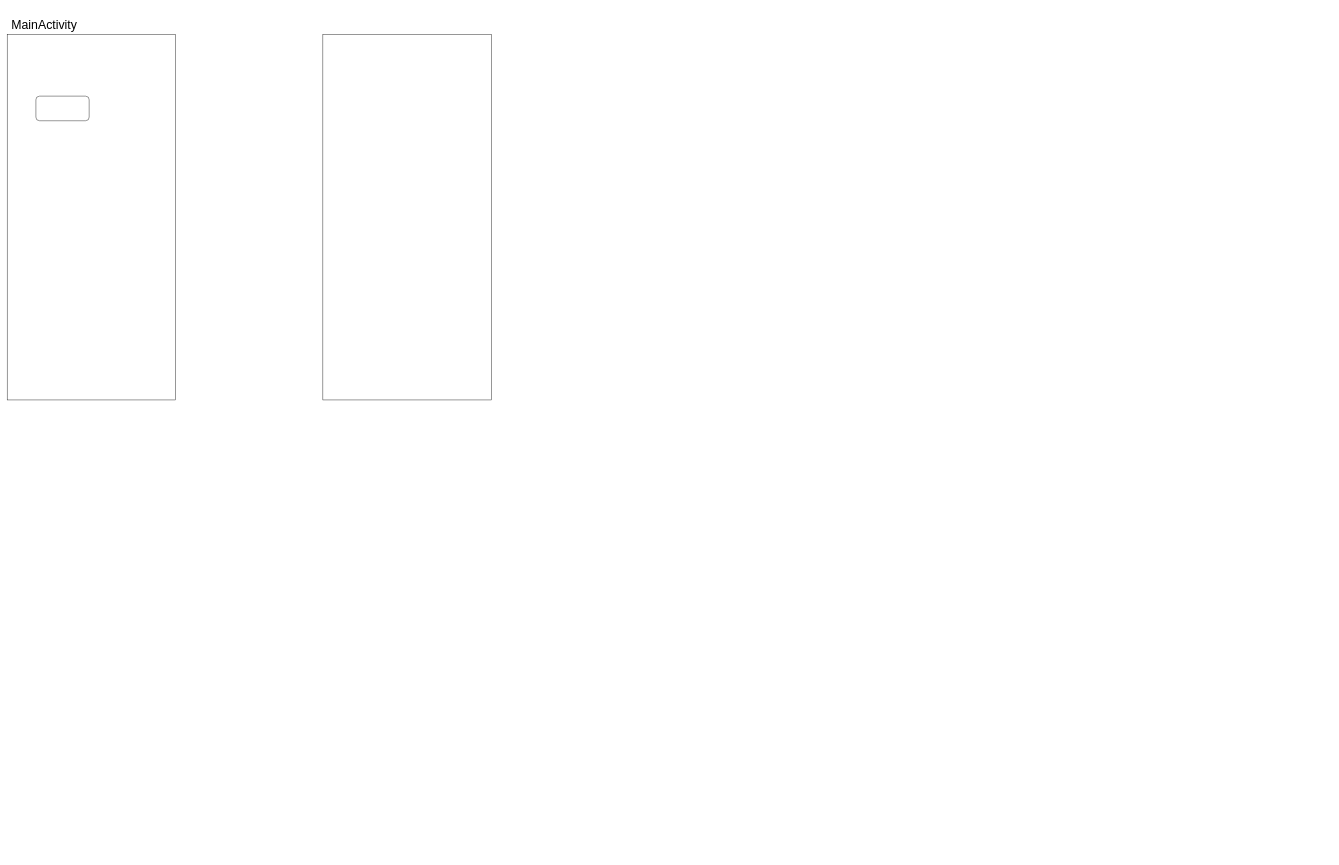
Above: appDesign/activityDesign.drawio in Andrei144/stegano (draw.io), before the change. Source tidied: cells renumbered, new cells numbered last; positions are measured from the earlier drawing's top-left corner, leaving out a move shared by most shapes. Both pictures are drawn from the tidied source at 41%, with x=0, y=0 at pixel (7, 14).
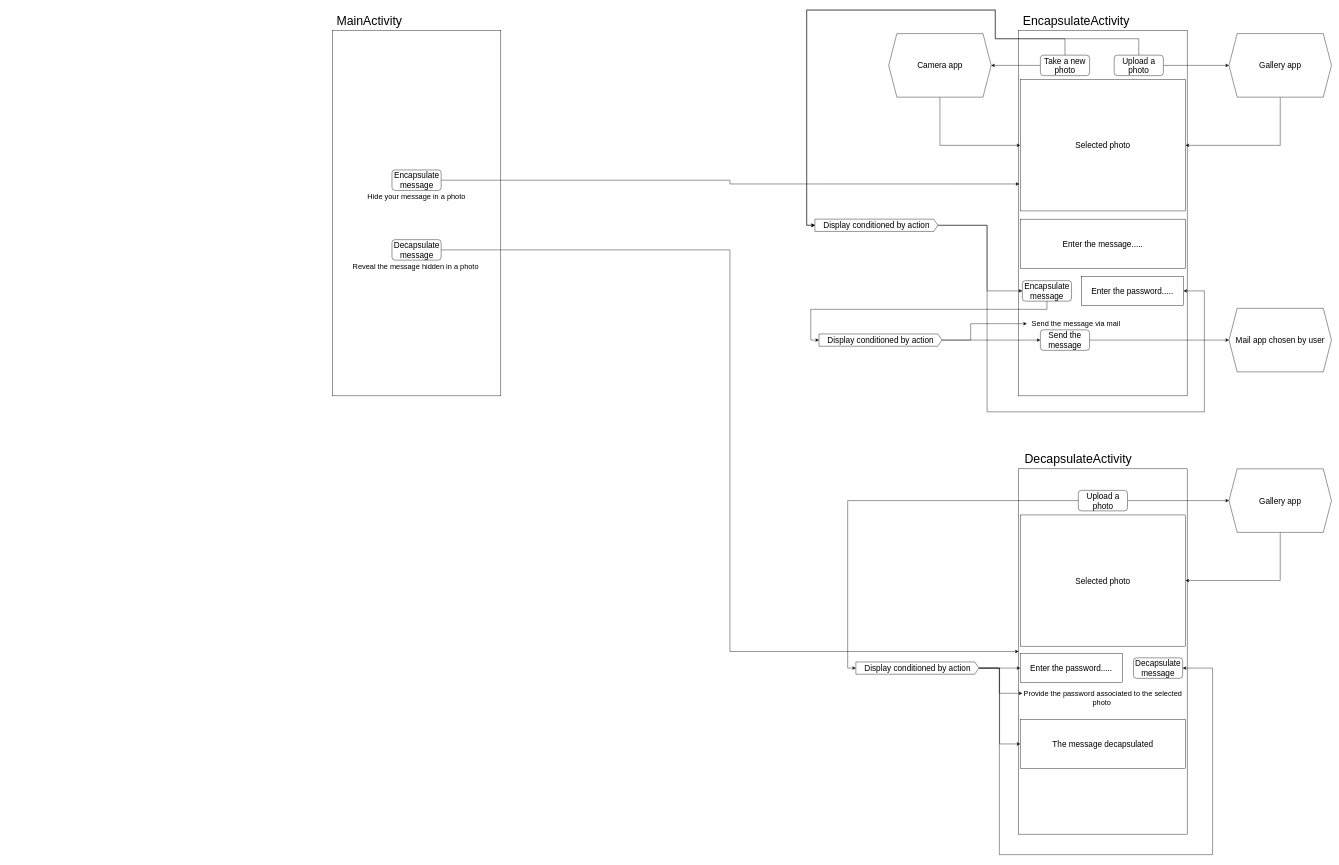
Above is the later version.

Commit message (it also covers changes not shown here):
Create the app design.

The edit, as a diff of the source:
```diff
@@
     <mxCell id="2" style="rounded=0;whiteSpace=wrap;html=1;" parent="1" vertex="1">
-      <mxGeometry y="50" width="411" height="891" as="geometry" />
+      <mxGeometry x="793" y="40" width="411" height="891" as="geometry" />
     </mxCell>
     <mxCell id="3" style="rounded=0;whiteSpace=wrap;html=1;" parent="1" vertex="1">
-      <mxGeometry x="770" y="50" width="411" height="891" as="geometry" />
+      <mxGeometry x="2467" y="40" width="411" height="891" as="geometry" />
     </mxCell>
     <mxCell id="4" value="MainActivity" style="text;html=1;align=center;verticalAlign=middle;strokeColor=none;fillColor=none;fontSize=30;" parent="1" vertex="1">
-      <mxGeometry width="180" height="50" as="geometry" />
+      <mxGeometry x="793" y="-10" width="180" height="50" as="geometry" />
     </mxCell>
-    <mxCell id="5" style="rounded=1;whiteSpace=wrap;html=1;" parent="1" vertex="1">
-      <mxGeometry x="70" y="200" width="130" height="60" as="geometry" />
+    <mxCell id="5" value="&lt;font style=&quot;font-size: 20px;&quot;&gt;Encapsulate message&lt;/font&gt;" style="rounded=1;whiteSpace=wrap;html=1;" parent="1" vertex="1">
+      <mxGeometry x="938.5" y="380" width="120" height="50" as="geometry" />
     </mxCell>
+    <mxCell id="6" style="edgeStyle=orthogonalEdgeStyle;rounded=0;jettySize=auto;html=1;entryX=0;entryY=0.5;entryDx=0;entryDy=0;" parent="1" edge="1" source="7" target="25">
+      <mxGeometry relative="1" as="geometry" />
+    </mxCell>
+    <mxCell id="7" value="&lt;font style=&quot;font-size: 20px;&quot;&gt;Decapsulate message&lt;/font&gt;" style="rounded=1;whiteSpace=wrap;html=1;" parent="1" vertex="1">
+      <mxGeometry x="938.5" y="550" width="120" height="50" as="geometry" />
+    </mxCell>
+    <mxCell id="8" value="&lt;font style=&quot;font-size: 18px;&quot;&gt;Hide your message in a photo&lt;/font&gt;" style="text;html=1;align=center;verticalAlign=middle;whiteSpace=wrap;rounded=0;" parent="1" vertex="1">
+      <mxGeometry x="869" y="430" width="259" height="30" as="geometry" />
+    </mxCell>
+    <mxCell id="9" value="Reveal the message hidden in a photo&amp;nbsp;" style="text;html=1;align=center;verticalAlign=middle;whiteSpace=wrap;rounded=0;fontSize=18;" parent="1" vertex="1">
+      <mxGeometry x="840.5" y="600" width="316" height="30" as="geometry" />
+    </mxCell>
+    <mxCell id="10" style="edgeStyle=orthogonalEdgeStyle;rounded=0;jettySize=auto;html=1;entryX=0.004;entryY=0.42;entryDx=0;entryDy=0;entryPerimeter=0;" parent="1" edge="1" source="5" target="3">
+      <mxGeometry relative="1" as="geometry" />
+    </mxCell>
+    <mxCell id="11" value="EncapsulateActivity" style="text;html=1;align=center;verticalAlign=middle;strokeColor=none;fillColor=none;fontSize=30;" parent="1" vertex="1">
+      <mxGeometry x="2467" y="-10" width="280" height="50" as="geometry" />
+    </mxCell>
+    <mxCell id="12" style="edgeStyle=orthogonalEdgeStyle;rounded=0;jettySize=auto;html=1;" parent="1" edge="1" source="13" target="33">
+      <mxGeometry relative="1" as="geometry" />
+    </mxCell>
+    <mxCell id="13" value="&lt;font style=&quot;font-size: 20px;&quot;&gt;Take a new photo&lt;/font&gt;" style="rounded=1;whiteSpace=wrap;html=1;fontSize=12;" parent="1" vertex="1">
+      <mxGeometry x="2520" y="100" width="120" height="50" as="geometry" />
+    </mxCell>
+    <mxCell id="14" style="edgeStyle=orthogonalEdgeStyle;rounded=0;jettySize=auto;html=1;entryX=0;entryY=0.5;entryDx=0;entryDy=0;" parent="1" edge="1" source="15" target="24">
+      <mxGeometry relative="1" as="geometry" />
+    </mxCell>
+    <mxCell id="15" value="&lt;font style=&quot;font-size: 20px;&quot;&gt;Upload a photo&lt;/font&gt;" style="rounded=1;whiteSpace=wrap;html=1;" parent="1" vertex="1">
+      <mxGeometry x="2700" y="100" width="120" height="50" as="geometry" />
+    </mxCell>
+    <mxCell id="16" value="&lt;font style=&quot;font-size: 20px;&quot;&gt;Selected photo&lt;/font&gt;" style="rounded=0;whiteSpace=wrap;html=1;" parent="1" vertex="1">
+      <mxGeometry x="2471" y="160" width="403" height="320" as="geometry" />
+    </mxCell>
+    <mxCell id="17" value="&lt;font style=&quot;font-size: 20px;&quot;&gt;Enter the message.....&lt;/font&gt;" style="rounded=0;whiteSpace=wrap;html=1;" parent="1" vertex="1">
+      <mxGeometry x="2471" y="500" width="403" height="120" as="geometry" />
+    </mxCell>
+    <mxCell id="18" value="Encapsulate message" style="rounded=1;whiteSpace=wrap;html=1;fontSize=20;" parent="1" vertex="1">
+      <mxGeometry x="2476" y="650" width="120" height="50" as="geometry" />
+    </mxCell>
+    <mxCell id="19" style="edgeStyle=orthogonalEdgeStyle;rounded=0;jettySize=auto;html=1;entryX=0;entryY=0.5;entryDx=0;entryDy=0;" parent="1" edge="1" source="20" target="22">
+      <mxGeometry relative="1" as="geometry" />
+    </mxCell>
+    <mxCell id="20" value="Send the message" style="rounded=1;whiteSpace=wrap;html=1;fontSize=20;" parent="1" vertex="1">
+      <mxGeometry x="2520" y="770" width="120" height="50" as="geometry" />
+    </mxCell>
+    <mxCell id="21" value="Send the message via mail" style="text;html=1;align=center;verticalAlign=middle;whiteSpace=wrap;rounded=0;fontSize=18;" parent="1" vertex="1">
+      <mxGeometry x="2487" y="740" width="240" height="30" as="geometry" />
+    </mxCell>
+    <mxCell id="22" value="&lt;font style=&quot;font-size: 20px;&quot;&gt;Mail app chosen by user&lt;/font&gt;" style="shape=hexagon;perimeter=hexagonPerimeter2;whiteSpace=wrap;html=1;fixedSize=1;" parent="1" vertex="1">
+      <mxGeometry x="2980" y="717.5" width="250" height="155" as="geometry" />
+    </mxCell>
+    <mxCell id="23" style="edgeStyle=orthogonalEdgeStyle;rounded=0;jettySize=auto;html=1;" parent="1" edge="1" source="24" target="16">
+      <mxGeometry relative="1" as="geometry">
+        <Array as="points">
+          <mxPoint x="3105" y="320" />
+        </Array>
+      </mxGeometry>
+    </mxCell>
+    <mxCell id="24" value="&lt;font style=&quot;font-size: 20px;&quot;&gt;Gallery app&lt;/font&gt;" style="shape=hexagon;perimeter=hexagonPerimeter2;whiteSpace=wrap;html=1;fixedSize=1;" parent="1" vertex="1">
+      <mxGeometry x="2980" y="47.5" width="250" height="155" as="geometry" />
+    </mxCell>
+    <mxCell id="25" style="rounded=0;whiteSpace=wrap;html=1;" parent="1" vertex="1">
+      <mxGeometry x="2467" y="1109" width="411" height="891" as="geometry" />
+    </mxCell>
+    <mxCell id="26" value="DecapsulateActivity" style="text;html=1;align=center;verticalAlign=middle;strokeColor=none;fillColor=none;fontSize=30;" parent="1" vertex="1">
+      <mxGeometry x="2467" y="1059" width="290" height="50" as="geometry" />
+    </mxCell>
+    <mxCell id="27" style="edgeStyle=orthogonalEdgeStyle;rounded=0;jettySize=auto;html=1;entryX=0;entryY=0.5;entryDx=0;entryDy=0;" parent="1" edge="1" source="28" target="31">
+      <mxGeometry relative="1" as="geometry" />
+    </mxCell>
+    <mxCell id="28" value="Upload a photo" style="rounded=1;whiteSpace=wrap;html=1;fontSize=20;" parent="1" vertex="1">
+      <mxGeometry x="2612.5" y="1161.5" width="120" height="50" as="geometry" />
+    </mxCell>
+    <mxCell id="29" value="&lt;font style=&quot;font-size: 20px;&quot;&gt;Selected photo&lt;/font&gt;" style="rounded=0;whiteSpace=wrap;html=1;" parent="1" vertex="1">
+      <mxGeometry x="2471" y="1221.5" width="403" height="320" as="geometry" />
+    </mxCell>
+    <mxCell id="30" style="edgeStyle=orthogonalEdgeStyle;rounded=0;jettySize=auto;html=1;" parent="1" edge="1" source="31" target="29">
+      <mxGeometry relative="1" as="geometry">
+        <Array as="points">
+          <mxPoint x="3105" y="1381.5" />
+        </Array>
+      </mxGeometry>
+    </mxCell>
+    <mxCell id="31" value="Gallery app" style="shape=hexagon;perimeter=hexagonPerimeter2;whiteSpace=wrap;html=1;fixedSize=1;fontSize=20;" parent="1" vertex="1">
+      <mxGeometry x="2980" y="1109" width="250" height="155" as="geometry" />
+    </mxCell>
+    <mxCell id="32" style="edgeStyle=orthogonalEdgeStyle;rounded=0;jettySize=auto;html=1;" parent="1" edge="1" source="33" target="16">
+      <mxGeometry relative="1" as="geometry">
+        <Array as="points">
+          <mxPoint x="2275" y="320" />
+        </Array>
+      </mxGeometry>
+    </mxCell>
+    <mxCell id="33" value="Camera app" style="shape=hexagon;perimeter=hexagonPerimeter2;whiteSpace=wrap;html=1;fixedSize=1;fontSize=20;" parent="1" vertex="1">
+      <mxGeometry x="2150" y="47.5" width="250" height="155" as="geometry" />
+    </mxCell>
+    <mxCell id="34" value="&lt;font style=&quot;font-size: 20px;&quot;&gt;Enter the password.....&lt;/font&gt;" style="rounded=0;whiteSpace=wrap;html=1;" parent="1" vertex="1">
+      <mxGeometry x="2471" y="1560" width="249" height="70" as="geometry" />
+    </mxCell>
+    <mxCell id="35" value="&lt;font style=&quot;font-size: 20px;&quot;&gt;Decapsulate message&lt;/font&gt;" style="rounded=1;whiteSpace=wrap;html=1;" parent="1" vertex="1">
+      <mxGeometry x="2747" y="1570" width="120" height="50" as="geometry" />
+    </mxCell>
+    <mxCell id="36" value="&lt;span style=&quot;font-size: 18px;&quot;&gt;Provide the password associated to the selected photo&amp;nbsp;&lt;/span&gt;" style="text;html=1;align=center;verticalAlign=middle;whiteSpace=wrap;rounded=0;" parent="1" vertex="1">
+      <mxGeometry x="2476" y="1644" width="393" height="50" as="geometry" />
+    </mxCell>
+    <mxCell id="37" value="&lt;span style=&quot;font-size: 20px;&quot;&gt;The message decapsulated&lt;/span&gt;" style="rounded=0;whiteSpace=wrap;html=1;" parent="1" vertex="1">
+      <mxGeometry x="2471" y="1720" width="403" height="120" as="geometry" />
+    </mxCell>
+    <mxCell id="38" style="edgeStyle=orthogonalEdgeStyle;rounded=0;jettySize=auto;html=1;entryX=0;entryY=0.5;entryDx=0;entryDy=0;" parent="1" edge="1" source="40" target="18">
+      <mxGeometry relative="1" as="geometry">
+        <Array as="points">
+          <mxPoint x="2390" y="515" />
+          <mxPoint x="2390" y="675" />
+        </Array>
+      </mxGeometry>
+    </mxCell>
+    <mxCell id="39" style="edgeStyle=orthogonalEdgeStyle;rounded=0;jettySize=auto;html=1;entryX=1;entryY=0.5;entryDx=0;entryDy=0;" parent="1" edge="1" source="40" target="49">
+      <mxGeometry relative="1" as="geometry">
+        <Array as="points">
+          <mxPoint x="2390" y="515" />
+          <mxPoint x="2390" y="970" />
+          <mxPoint x="2920" y="970" />
+          <mxPoint x="2920" y="675" />
+        </Array>
+      </mxGeometry>
+    </mxCell>
+    <mxCell id="40" value="Display conditioned by action" style="html=1;shadow=0;dashed=0;align=center;verticalAlign=middle;shape=mxgraph.arrows2.arrow;dy=0;dx=10;notch=0;fontSize=20;" parent="1" vertex="1">
+      <mxGeometry x="1970" y="500" width="300" height="30" as="geometry" />
+    </mxCell>
+    <mxCell id="41" style="edgeStyle=orthogonalEdgeStyle;rounded=0;jettySize=auto;html=1;entryX=0;entryY=0.5;entryDx=0;entryDy=0;entryPerimeter=0;" parent="1" edge="1" source="13" target="40">
+      <mxGeometry relative="1" as="geometry">
+        <Array as="points">
+          <mxPoint x="2580" y="60" />
+          <mxPoint x="2410" y="60" />
+          <mxPoint x="2410" y="-10" />
+          <mxPoint x="1950" y="-10" />
+          <mxPoint x="1950" y="515" />
+        </Array>
+      </mxGeometry>
+    </mxCell>
+    <mxCell id="42" style="edgeStyle=orthogonalEdgeStyle;rounded=0;jettySize=auto;html=1;entryX=0;entryY=0.5;entryDx=0;entryDy=0;entryPerimeter=0;" parent="1" edge="1" source="15" target="40">
+      <mxGeometry relative="1" as="geometry">
+        <Array as="points">
+          <mxPoint x="2760" y="60" />
+          <mxPoint x="2410" y="60" />
+          <mxPoint x="2410" y="-10" />
+          <mxPoint x="1950" y="-10" />
+          <mxPoint x="1950" y="515" />
+        </Array>
+      </mxGeometry>
+    </mxCell>
+    <mxCell id="43" style="edgeStyle=orthogonalEdgeStyle;rounded=0;jettySize=auto;html=1;" parent="1" edge="1" source="47" target="34">
+      <mxGeometry relative="1" as="geometry" />
+    </mxCell>
+    <mxCell id="44" style="edgeStyle=orthogonalEdgeStyle;rounded=0;jettySize=auto;html=1;entryX=0;entryY=0.25;entryDx=0;entryDy=0;" parent="1" edge="1" source="47" target="36">
+      <mxGeometry relative="1" as="geometry">
+        <Array as="points">
+          <mxPoint x="2420" y="1595" />
+          <mxPoint x="2420" y="1656" />
+        </Array>
+      </mxGeometry>
+    </mxCell>
+    <mxCell id="45" style="edgeStyle=orthogonalEdgeStyle;rounded=0;jettySize=auto;html=1;entryX=0;entryY=0.5;entryDx=0;entryDy=0;" parent="1" edge="1" source="47" target="37">
+      <mxGeometry relative="1" as="geometry" />
+    </mxCell>
+    <mxCell id="46" style="edgeStyle=orthogonalEdgeStyle;rounded=0;jettySize=auto;html=1;" parent="1" edge="1" source="47" target="35">
+      <mxGeometry relative="1" as="geometry">
+        <Array as="points">
+          <mxPoint x="2420" y="1595" />
+          <mxPoint x="2420" y="2050" />
+          <mxPoint x="2940" y="2050" />
+          <mxPoint x="2940" y="1595" />
+        </Array>
+      </mxGeometry>
+    </mxCell>
+    <mxCell id="47" value="Display conditioned by action" style="html=1;shadow=0;dashed=0;align=center;verticalAlign=middle;shape=mxgraph.arrows2.arrow;dy=0;dx=10;notch=0;fontSize=20;" parent="1" vertex="1">
+      <mxGeometry x="2070" y="1580" width="300" height="30" as="geometry" />
+    </mxCell>
+    <mxCell id="48" style="edgeStyle=orthogonalEdgeStyle;rounded=0;jettySize=auto;html=1;entryX=0;entryY=0.5;entryDx=0;entryDy=0;entryPerimeter=0;" parent="1" edge="1" source="28" target="47">
+      <mxGeometry relative="1" as="geometry" />
+    </mxCell>
+    <mxCell id="49" value="&lt;font style=&quot;font-size: 20px;&quot;&gt;Enter the password.....&lt;/font&gt;" style="rounded=0;whiteSpace=wrap;html=1;" parent="1" vertex="1">
+      <mxGeometry x="2620" y="640" width="249" height="70" as="geometry" />
+    </mxCell>
+    <mxCell id="50" style="edgeStyle=orthogonalEdgeStyle;rounded=0;jettySize=auto;html=1;" parent="1" edge="1" source="52" target="20">
+      <mxGeometry relative="1" as="geometry" />
+    </mxCell>
+    <mxCell id="51" style="edgeStyle=orthogonalEdgeStyle;rounded=0;jettySize=auto;html=1;entryX=0;entryY=0.5;entryDx=0;entryDy=0;" parent="1" edge="1" source="52" target="21">
+      <mxGeometry relative="1" as="geometry">
+        <Array as="points">
+          <mxPoint x="2350" y="795" />
+          <mxPoint x="2350" y="755" />
+        </Array>
+      </mxGeometry>
+    </mxCell>
+    <mxCell id="52" value="Display conditioned by action" style="html=1;shadow=0;dashed=0;align=center;verticalAlign=middle;shape=mxgraph.arrows2.arrow;dy=0;dx=10;notch=0;fontSize=20;" parent="1" vertex="1">
+      <mxGeometry x="1980" y="780" width="300" height="30" as="geometry" />
+    </mxCell>
+    <mxCell id="53" style="edgeStyle=orthogonalEdgeStyle;rounded=0;jettySize=auto;html=1;entryX=0;entryY=0.5;entryDx=0;entryDy=0;entryPerimeter=0;" parent="1" edge="1" source="18" target="52">
+      <mxGeometry relative="1" as="geometry">
+        <Array as="points">
+          <mxPoint x="2536" y="720" />
+          <mxPoint x="1960" y="720" />
+          <mxPoint x="1960" y="795" />
+        </Array>
+      </mxGeometry>
+    </mxCell>
```
